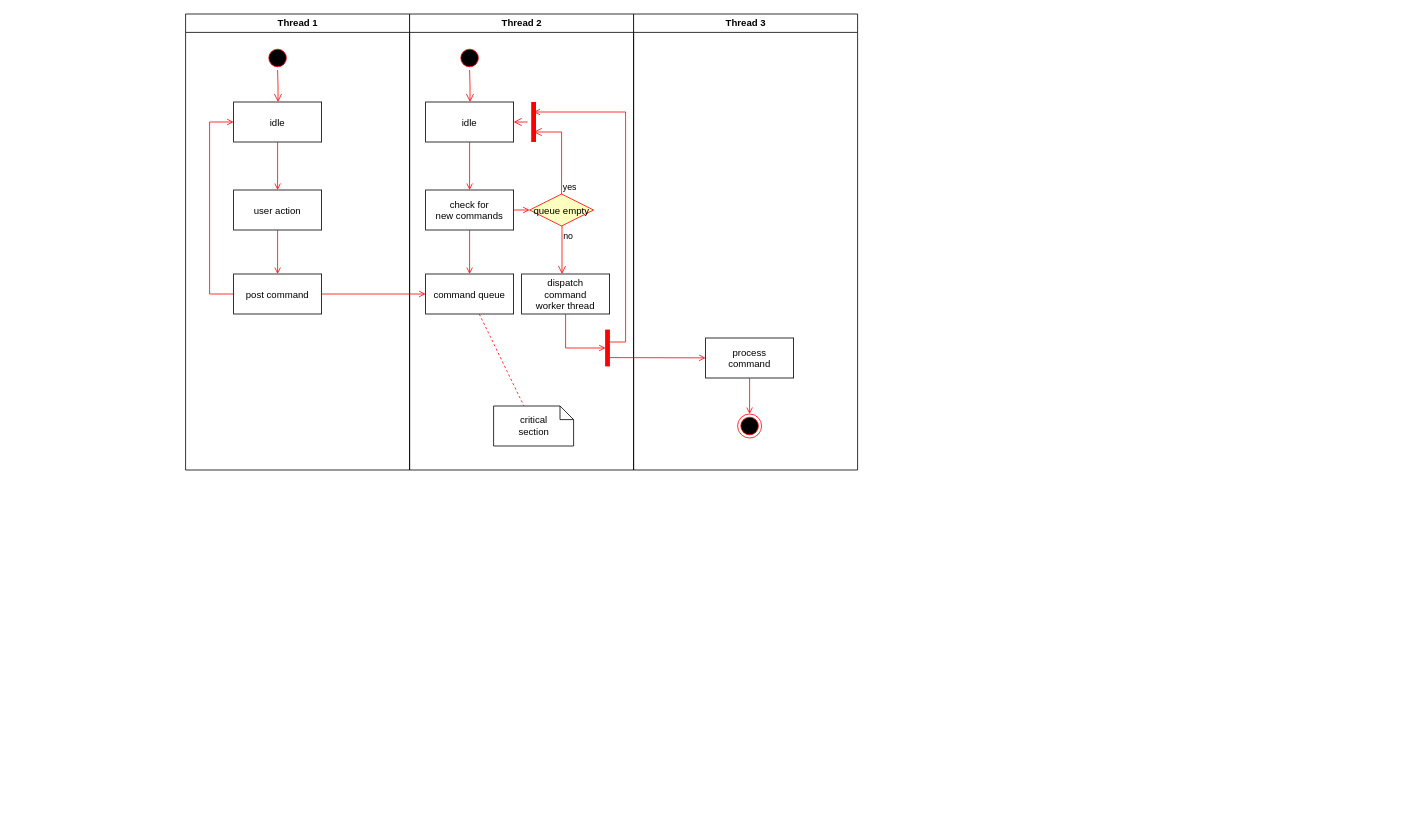
This is 互动云游功能逻辑.drawio from 2015302580336/cloud_rendering, a draw.io file, before an edit. Source tidied: cells renumbered, new cells numbered last; positions are measured from the earlier drawing's top-left corner, leaving out a move shared by most shapes. Both pictures are drawn from the tidied source at 80%, with x=0, y=0 at pixel (185, 14).
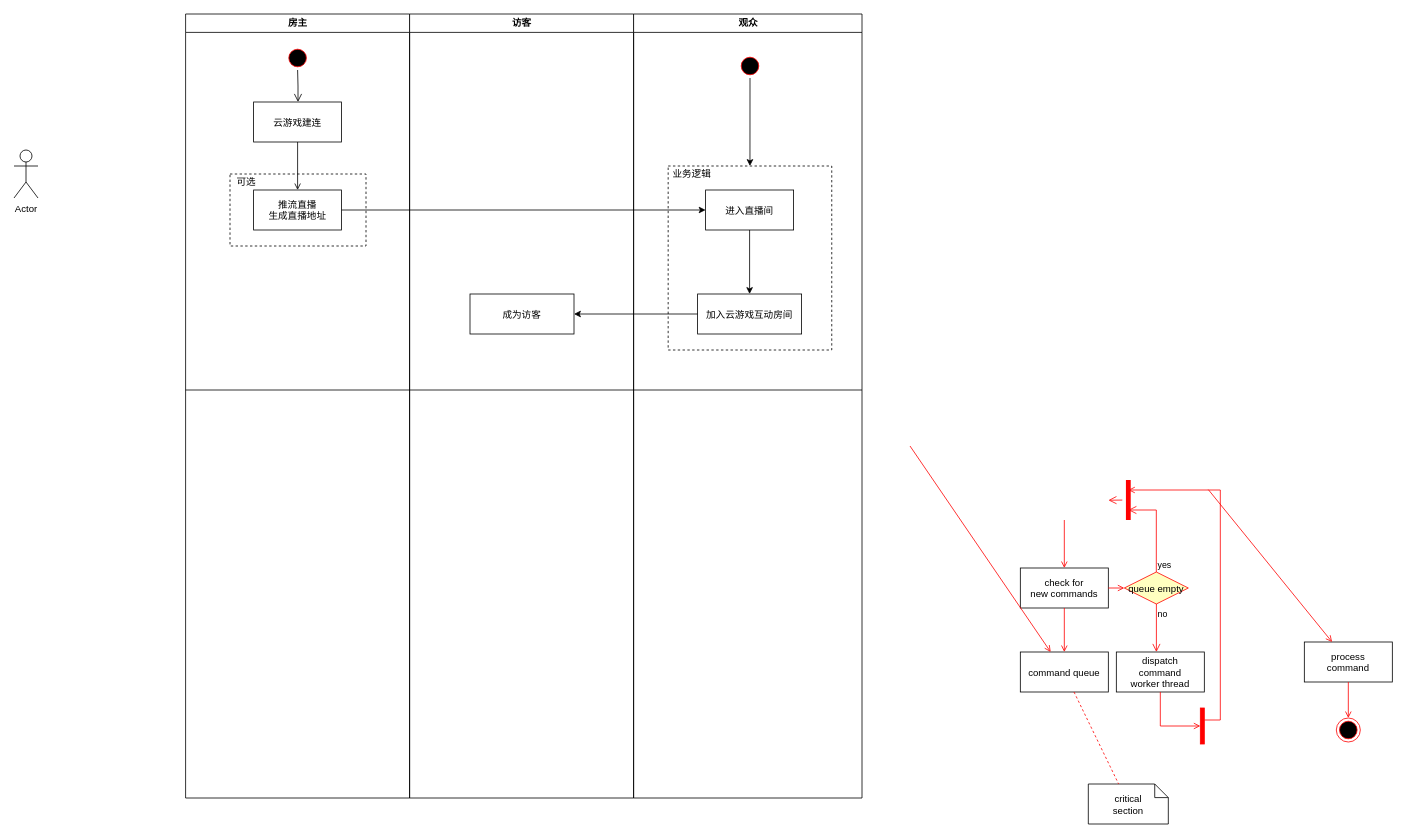
The same diagram, later.

What changed in the source:
```diff
@@
-    <mxCell id="2" value="Thread 1" style="swimlane;whiteSpace=wrap;" parent="1" vertex="1">
-      <mxGeometry x="0.5" width="280" height="570" as="geometry" />
+    <mxCell id="2" value="房主" style="swimlane;whiteSpace=wrap;" parent="1" vertex="1">
+      <mxGeometry x="0.5" width="280" height="980" as="geometry" />
     </mxCell>
     <mxCell id="3" style="ellipse;shape=startState;fillColor=#000000;strokeColor=#ff0000;" parent="2" vertex="1">
-      <mxGeometry x="100" y="40" width="30" height="30" as="geometry" />
+      <mxGeometry x="125" y="40" width="30" height="30" as="geometry" />
     </mxCell>
-    <mxCell id="4" style="edgeStyle=elbowEdgeStyle;elbow=horizontal;verticalAlign=bottom;endArrow=open;endSize=8;strokeColor=#FF0000;endFill=1;rounded=0;" parent="2" edge="1" source="3" target="5">
+    <mxCell id="4" style="edgeStyle=elbowEdgeStyle;elbow=horizontal;verticalAlign=bottom;endArrow=open;endSize=8;strokeColor=#000000;endFill=1;rounded=0;" parent="2" edge="1" source="3" target="5">
       <mxGeometry x="100" y="40" as="geometry" />
     </mxCell>
-    <mxCell id="5" value="idle" parent="2" vertex="1">
-      <mxGeometry x="60" y="110" width="110" height="50" as="geometry" />
+    <mxCell id="5" value="云游戏建连" parent="2" vertex="1">
+      <mxGeometry x="85" y="110" width="110" height="50" as="geometry" />
     </mxCell>
-    <mxCell id="6" value="user action" parent="2" vertex="1">
-      <mxGeometry x="60" y="220" width="110" height="50" as="geometry" />
+    <mxCell id="6" value="推流直播&#10;生成直播地址" parent="2" vertex="1">
+      <mxGeometry x="85" y="220" width="110" height="50" as="geometry" />
     </mxCell>
-    <mxCell id="7" style="endArrow=open;strokeColor=#FF0000;endFill=1;rounded=0;" parent="2" edge="1" source="5" target="6">
+    <mxCell id="7" style="endArrow=open;strokeColor=#000000;endFill=1;rounded=0;" parent="2" edge="1" source="5" target="6">
       <mxGeometry relative="1" as="geometry" />
     </mxCell>
-    <mxCell id="8" value="post command" parent="2" vertex="1">
-      <mxGeometry x="60" y="325" width="110" height="50" as="geometry" />
-    </mxCell>
-    <mxCell id="9" style="endArrow=open;strokeColor=#FF0000;endFill=1;rounded=0;" parent="2" edge="1" source="6" target="8">
-      <mxGeometry relative="1" as="geometry" />
-    </mxCell>
-    <mxCell id="10" style="edgeStyle=elbowEdgeStyle;elbow=horizontal;strokeColor=#FF0000;endArrow=open;endFill=1;rounded=0;" parent="2" edge="1" source="8" target="5">
-      <mxGeometry relative="1" as="geometry">
-        <Array as="points">
-          <mxPoint x="30" y="250" />
-        </Array>
-      </mxGeometry>
-    </mxCell>
-    <mxCell id="11" value="Thread 2" style="swimlane;whiteSpace=wrap;" parent="1" vertex="1">
-      <mxGeometry x="280.5" width="280" height="570" as="geometry" />
+    <mxCell id="11" value="访客" style="swimlane;whiteSpace=wrap;" parent="1" vertex="1">
+      <mxGeometry x="280.5" width="280" height="980" as="geometry" />
     </mxCell>
-    <mxCell id="12" style="ellipse;shape=startState;fillColor=#000000;strokeColor=#ff0000;" parent="11" vertex="1">
-      <mxGeometry x="60" y="40" width="30" height="30" as="geometry" />
-    </mxCell>
-    <mxCell id="13" style="edgeStyle=elbowEdgeStyle;elbow=horizontal;verticalAlign=bottom;endArrow=open;endSize=8;strokeColor=#FF0000;endFill=1;rounded=0;" parent="11" edge="1" source="12" target="14">
-      <mxGeometry x="40" y="20" as="geometry" />
-    </mxCell>
-    <mxCell id="14" value="idle" parent="11" vertex="1">
-      <mxGeometry x="20" y="110" width="110" height="50" as="geometry" />
-    </mxCell>
+    <mxCell id="37" value="成为访客" parent="11" vertex="1">
+      <mxGeometry x="75.5" y="350" width="130" height="50" as="geometry" />
+    </mxCell>
+    <mxCell id="38" style="endArrow=none;html=1;rounded=0;strokeColor=#000000;" parent="11" edge="1">
+      <mxGeometry relative="1" as="geometry">
+        <mxPoint x="-280" y="470" as="sourcePoint" />
+        <mxPoint x="565.5" y="470" as="targetPoint" />
+      </mxGeometry>
+    </mxCell>
+    <mxCell id="30" value="观众" style="swimlane;whiteSpace=wrap;" parent="1" vertex="1">
+      <mxGeometry x="560.5" width="285.5" height="980" as="geometry" />
+    </mxCell>
+    <mxCell id="39" style="edgeStyle=orthogonalEdgeStyle;rounded=0;jettySize=auto;html=1;exitX=0.5;exitY=1;exitDx=0;exitDy=0;" parent="30" edge="1" source="40" target="41">
+      <mxGeometry relative="1" as="geometry" />
+    </mxCell>
+    <mxCell id="40" value="进入直播间" parent="30" vertex="1">
+      <mxGeometry x="90" y="220" width="110" height="50" as="geometry" />
+    </mxCell>
+    <mxCell id="41" value="加入云游戏互动房间" parent="30" vertex="1">
+      <mxGeometry x="80" y="350" width="130" height="50" as="geometry" />
+    </mxCell>
+    <mxCell id="42" style="rounded=0;whiteSpace=wrap;html=1;fillColor=none;dashed=1;" parent="30" vertex="1">
+      <mxGeometry x="43.2" y="190" width="204.5" height="230" as="geometry" />
+    </mxCell>
+    <mxCell id="43" value="业务逻辑" style="text;html=1;align=center;verticalAlign=middle;fillColor=none;strokeColor=none;rounded=0;dashed=1;" parent="30" vertex="1">
+      <mxGeometry x="42.8" y="190" width="60" height="20" as="geometry" />
+    </mxCell>
+    <mxCell id="44" value="Actor" style="shape=umlActor;verticalLabelPosition=bottom;verticalAlign=top;html=1;" parent="1" vertex="1">
+      <mxGeometry x="-214" y="170" width="30" height="60" as="geometry" />
+    </mxCell>
+    <mxCell id="45" style="edgeStyle=orthogonalEdgeStyle;rounded=0;jettySize=auto;html=1;exitX=0.5;exitY=1;exitDx=0;exitDy=0;entryX=0.5;entryY=0;entryDx=0;entryDy=0;strokeColor=#000000;" parent="1" edge="1" source="46" target="42">
+      <mxGeometry relative="1" as="geometry" />
+    </mxCell>
+    <mxCell id="46" style="ellipse;shape=startState;fillColor=#000000;strokeColor=#ff0000;" parent="1" vertex="1">
+      <mxGeometry x="691" y="50" width="30" height="30" as="geometry" />
+    </mxCell>
+    <mxCell id="47" style="edgeStyle=orthogonalEdgeStyle;rounded=0;jettySize=auto;html=1;exitX=1;exitY=0.5;exitDx=0;exitDy=0;entryX=0;entryY=0.5;entryDx=0;entryDy=0;" parent="1" edge="1" source="6" target="40">
+      <mxGeometry relative="1" as="geometry" />
+    </mxCell>
+    <mxCell id="48" style="edgeStyle=orthogonalEdgeStyle;rounded=0;jettySize=auto;html=1;exitX=0;exitY=0.5;exitDx=0;exitDy=0;entryX=1;entryY=0.5;entryDx=0;entryDy=0;" parent="1" edge="1" source="41" target="37">
+      <mxGeometry relative="1" as="geometry" />
+    </mxCell>
-    <mxCell id="15" value="check for &#10;new commands" parent="11" vertex="1">
-      <mxGeometry x="20" y="220" width="110" height="50" as="geometry" />
+    <mxCell id="15" value="check for &#10;new commands" parent="1" vertex="1">
+      <mxGeometry x="1043.9" y="692.5" width="110" height="50" as="geometry" />
     </mxCell>
-    <mxCell id="16" style="endArrow=open;strokeColor=#FF0000;endFill=1;rounded=0;" parent="11" edge="1" source="14" target="15">
-      <mxGeometry relative="1" as="geometry" />
+    <mxCell id="16" style="endArrow=open;strokeColor=#FF0000;endFill=1;rounded=0;" parent="1" edge="1" target="15">
+      <mxGeometry relative="1" as="geometry">
+        <mxPoint x="1098.9" y="632.5" as="sourcePoint" />
+      </mxGeometry>
     </mxCell>
-    <mxCell id="17" value="command queue" parent="11" vertex="1">
-      <mxGeometry x="20" y="325" width="110" height="50" as="geometry" />
+    <mxCell id="17" value="command queue" parent="1" vertex="1">
+      <mxGeometry x="1043.9" y="797.5" width="110" height="50" as="geometry" />
     </mxCell>
-    <mxCell id="18" style="endArrow=open;strokeColor=#FF0000;endFill=1;rounded=0;" parent="11" edge="1" source="15" target="17">
+    <mxCell id="18" style="endArrow=open;strokeColor=#FF0000;endFill=1;rounded=0;" parent="1" edge="1" source="15" target="17">
       <mxGeometry relative="1" as="geometry" />
     </mxCell>
-    <mxCell id="19" value="queue empty" style="rhombus;fillColor=#ffffc0;strokeColor=#ff0000;" parent="11" vertex="1">
-      <mxGeometry x="150" y="225" width="80" height="40" as="geometry" />
+    <mxCell id="19" value="queue empty" style="rhombus;fillColor=#ffffc0;strokeColor=#ff0000;" parent="1" vertex="1">
+      <mxGeometry x="1173.9" y="697.5" width="80" height="40" as="geometry" />
     </mxCell>
-    <mxCell id="20" value="yes" style="edgeStyle=elbowEdgeStyle;elbow=horizontal;align=left;verticalAlign=bottom;endArrow=open;endSize=8;strokeColor=#FF0000;exitX=0.5;exitY=0;endFill=1;rounded=0;entryX=0.75;entryY=0.5;entryPerimeter=0;" parent="11" edge="1" source="19" target="23">
+    <mxCell id="20" value="yes" style="edgeStyle=elbowEdgeStyle;elbow=horizontal;align=left;verticalAlign=bottom;endArrow=open;endSize=8;strokeColor=#FF0000;exitX=0.5;exitY=0;endFill=1;rounded=0;entryX=0.75;entryY=0.5;entryPerimeter=0;" parent="1" edge="1" source="19" target="23">
       <mxGeometry x="-1" relative="1" as="geometry">
         <Array as="points">
-          <mxPoint x="190" y="180" />
+          <mxPoint x="1213.9" y="652.5" />
         </Array>
       </mxGeometry>
     </mxCell>
-    <mxCell id="21" value="no" style="edgeStyle=elbowEdgeStyle;elbow=horizontal;align=left;verticalAlign=top;endArrow=open;endSize=8;strokeColor=#FF0000;endFill=1;rounded=0;" parent="11" edge="1" source="19" target="25">
+    <mxCell id="21" value="no" style="edgeStyle=elbowEdgeStyle;elbow=horizontal;align=left;verticalAlign=top;endArrow=open;endSize=8;strokeColor=#FF0000;endFill=1;rounded=0;" parent="1" edge="1" source="19" target="25">
       <mxGeometry x="-1" relative="1" as="geometry" />
     </mxCell>
-    <mxCell id="22" style="endArrow=open;strokeColor=#FF0000;endFill=1;rounded=0;" parent="11" edge="1" source="15" target="19">
+    <mxCell id="22" style="endArrow=open;strokeColor=#FF0000;endFill=1;rounded=0;" parent="1" edge="1" source="15" target="19">
       <mxGeometry relative="1" as="geometry" />
     </mxCell>
-    <mxCell id="23" style="shape=line;strokeWidth=6;strokeColor=#ff0000;rotation=90;" parent="11" vertex="1">
-      <mxGeometry x="130" y="127.5" width="50" height="15" as="geometry" />
+    <mxCell id="23" style="shape=line;strokeWidth=6;strokeColor=#ff0000;rotation=90;" parent="1" vertex="1">
+      <mxGeometry x="1153.9" y="600" width="50" height="15" as="geometry" />
     </mxCell>
-    <mxCell id="24" style="edgeStyle=elbowEdgeStyle;elbow=horizontal;verticalAlign=bottom;endArrow=open;endSize=8;strokeColor=#FF0000;endFill=1;rounded=0;" parent="11" edge="1" source="23" target="14">
-      <mxGeometry x="130" y="90" as="geometry" />
+    <mxCell id="24" style="edgeStyle=elbowEdgeStyle;elbow=horizontal;verticalAlign=bottom;endArrow=open;endSize=8;strokeColor=#FF0000;endFill=1;rounded=0;" parent="1" edge="1" source="23">
+      <mxGeometry x="1317.9" y="642.5" as="geometry">
+        <mxPoint x="1153.9" y="607.8" as="targetPoint" />
+      </mxGeometry>
     </mxCell>
-    <mxCell id="25" value="dispatch&#10;command&#10;worker thread" parent="11" vertex="1">
-      <mxGeometry x="140" y="325" width="110" height="50" as="geometry" />
+    <mxCell id="25" value="dispatch&#10;command&#10;worker thread" parent="1" vertex="1">
+      <mxGeometry x="1163.9" y="797.5" width="110" height="50" as="geometry" />
     </mxCell>
-    <mxCell id="26" value="critical&#10;section" style="shape=note;whiteSpace=wrap;size=17;" parent="11" vertex="1">
-      <mxGeometry x="105" y="490" width="100" height="50" as="geometry" />
+    <mxCell id="26" value="critical&#10;section" style="shape=note;whiteSpace=wrap;size=17;" parent="1" vertex="1">
+      <mxGeometry x="1128.9" y="962.5" width="100" height="50" as="geometry" />
     </mxCell>
-    <mxCell id="27" style="endArrow=none;strokeColor=#FF0000;endFill=0;rounded=0;dashed=1;" parent="11" edge="1" source="17" target="26">
+    <mxCell id="27" style="endArrow=none;strokeColor=#FF0000;endFill=0;rounded=0;dashed=1;" parent="1" edge="1" source="17" target="26">
       <mxGeometry relative="1" as="geometry" />
     </mxCell>
-    <mxCell id="28" style="whiteSpace=wrap;strokeColor=#FF0000;fillColor=#FF0000;" parent="11" vertex="1">
-      <mxGeometry x="245" y="395" width="5" height="45" as="geometry" />
+    <mxCell id="28" style="whiteSpace=wrap;strokeColor=#FF0000;fillColor=#FF0000;" parent="1" vertex="1">
+      <mxGeometry x="1268.9" y="867.5" width="5" height="45" as="geometry" />
     </mxCell>
-    <mxCell id="29" style="edgeStyle=elbowEdgeStyle;elbow=horizontal;entryX=0;entryY=0.5;strokeColor=#FF0000;endArrow=open;endFill=1;rounded=0;" parent="11" edge="1" source="25" target="28">
+    <mxCell id="29" style="edgeStyle=elbowEdgeStyle;elbow=horizontal;entryX=0;entryY=0.5;strokeColor=#FF0000;endArrow=open;endFill=1;rounded=0;" parent="1" edge="1" source="25" target="28">
       <mxGeometry relative="1" as="geometry">
         <Array as="points">
-          <mxPoint x="195" y="400" />
+          <mxPoint x="1218.9" y="872.5" />
         </Array>
       </mxGeometry>
     </mxCell>
-    <mxCell id="30" value="Thread 3" style="swimlane;whiteSpace=wrap;" parent="1" vertex="1">
-      <mxGeometry x="560.5" width="280" height="570" as="geometry" />
-    </mxCell>
-    <mxCell id="31" value="process&#10;command" parent="30" vertex="1">
-      <mxGeometry x="90" y="405" width="110" height="50" as="geometry" />
+    <mxCell id="31" value="process&#10;command" parent="1" vertex="1">
+      <mxGeometry x="1398.9" y="785" width="110" height="50" as="geometry" />
     </mxCell>
-    <mxCell id="32" style="edgeStyle=elbowEdgeStyle;elbow=horizontal;strokeColor=#FF0000;endArrow=open;endFill=1;rounded=0;entryX=0.25;entryY=0.5;entryPerimeter=0;" parent="30" edge="1" target="23">
+    <mxCell id="32" style="edgeStyle=elbowEdgeStyle;elbow=horizontal;strokeColor=#FF0000;endArrow=open;endFill=1;rounded=0;entryX=0.25;entryY=0.5;entryPerimeter=0;" parent="1" edge="1" target="23">
       <mxGeometry relative="1" as="geometry">
-        <mxPoint x="-30" y="410" as="sourcePoint" />
+        <mxPoint x="1273.9" y="882.5" as="sourcePoint" />
         <Array as="points">
-          <mxPoint x="-10" y="135" />
+          <mxPoint x="1293.9" y="607.5" />
         </Array>
       </mxGeometry>
     </mxCell>
-    <mxCell id="33" style="edgeStyle=none;strokeColor=#FF0000;endArrow=open;endFill=1;rounded=0;" parent="30" edge="1" target="31">
+    <mxCell id="33" style="edgeStyle=none;strokeColor=#FF0000;endArrow=open;endFill=1;rounded=0;" parent="1" edge="1" target="31">
       <mxGeometry relative="1" as="geometry">
-        <mxPoint x="-30" y="429.5" as="sourcePoint" />
+        <mxPoint x="1278.9" y="594.5" as="sourcePoint" />
       </mxGeometry>
     </mxCell>
-    <mxCell id="34" style="ellipse;shape=endState;fillColor=#000000;strokeColor=#ff0000;" parent="30" vertex="1">
-      <mxGeometry x="130" y="500" width="30" height="30" as="geometry" />
+    <mxCell id="34" style="ellipse;shape=endState;fillColor=#000000;strokeColor=#ff0000;" parent="1" vertex="1">
+      <mxGeometry x="1438.9" y="880" width="30" height="30" as="geometry" />
     </mxCell>
-    <mxCell id="35" style="endArrow=open;strokeColor=#FF0000;endFill=1;rounded=0;" parent="30" edge="1" source="31" target="34">
+    <mxCell id="35" style="endArrow=open;strokeColor=#FF0000;endFill=1;rounded=0;" parent="1" edge="1" source="31" target="34">
       <mxGeometry relative="1" as="geometry" />
     </mxCell>
-    <mxCell id="36" style="endArrow=open;strokeColor=#FF0000;endFill=1;rounded=0;" parent="1" edge="1" source="8" target="17">
-      <mxGeometry relative="1" as="geometry" />
+    <mxCell id="36" style="endArrow=open;strokeColor=#FF0000;endFill=1;rounded=0;" parent="1" edge="1" target="17">
+      <mxGeometry relative="1" as="geometry">
+        <mxPoint x="906" y="540" as="sourcePoint" />
+      </mxGeometry>
     </mxCell>
+    <mxCell id="49" style="rounded=0;whiteSpace=wrap;html=1;fillColor=none;dashed=1;" parent="1" vertex="1">
+      <mxGeometry x="56" y="200" width="170" height="90" as="geometry" />
+    </mxCell>
+    <mxCell id="50" value="可选" style="text;html=1;align=center;verticalAlign=middle;fillColor=none;strokeColor=none;rounded=0;dashed=1;" parent="1" vertex="1">
+      <mxGeometry x="56" y="200" width="40" height="20" as="geometry" />
+    </mxCell>
```
